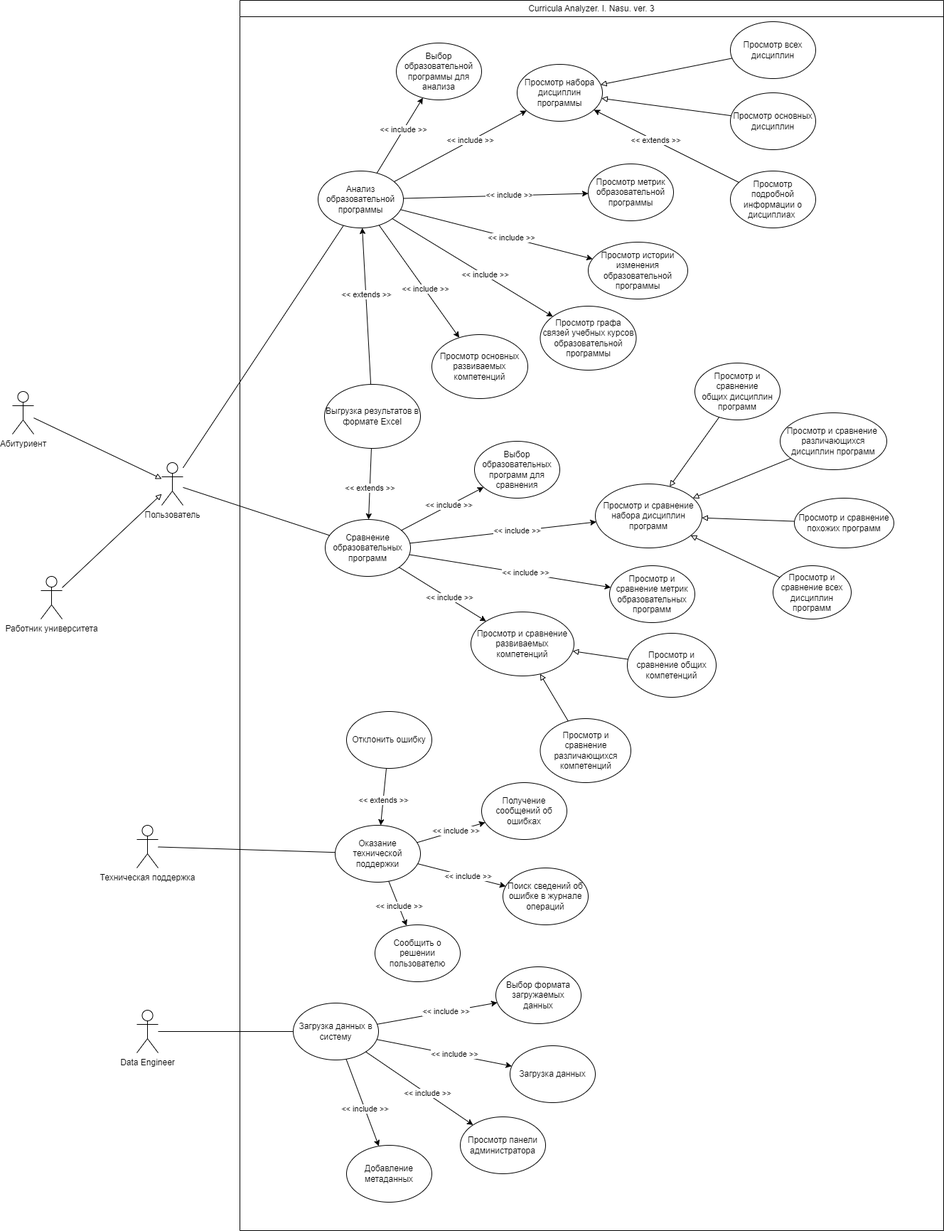
Before: docs/HW 1/SSAD.png, a diagram exported from draw.io (yunas-x/Diploma). Source tidied: cells renumbered, new cells last; positions are measured from the earlier drawing's top-left corner, leaving out a move shared by most shapes.
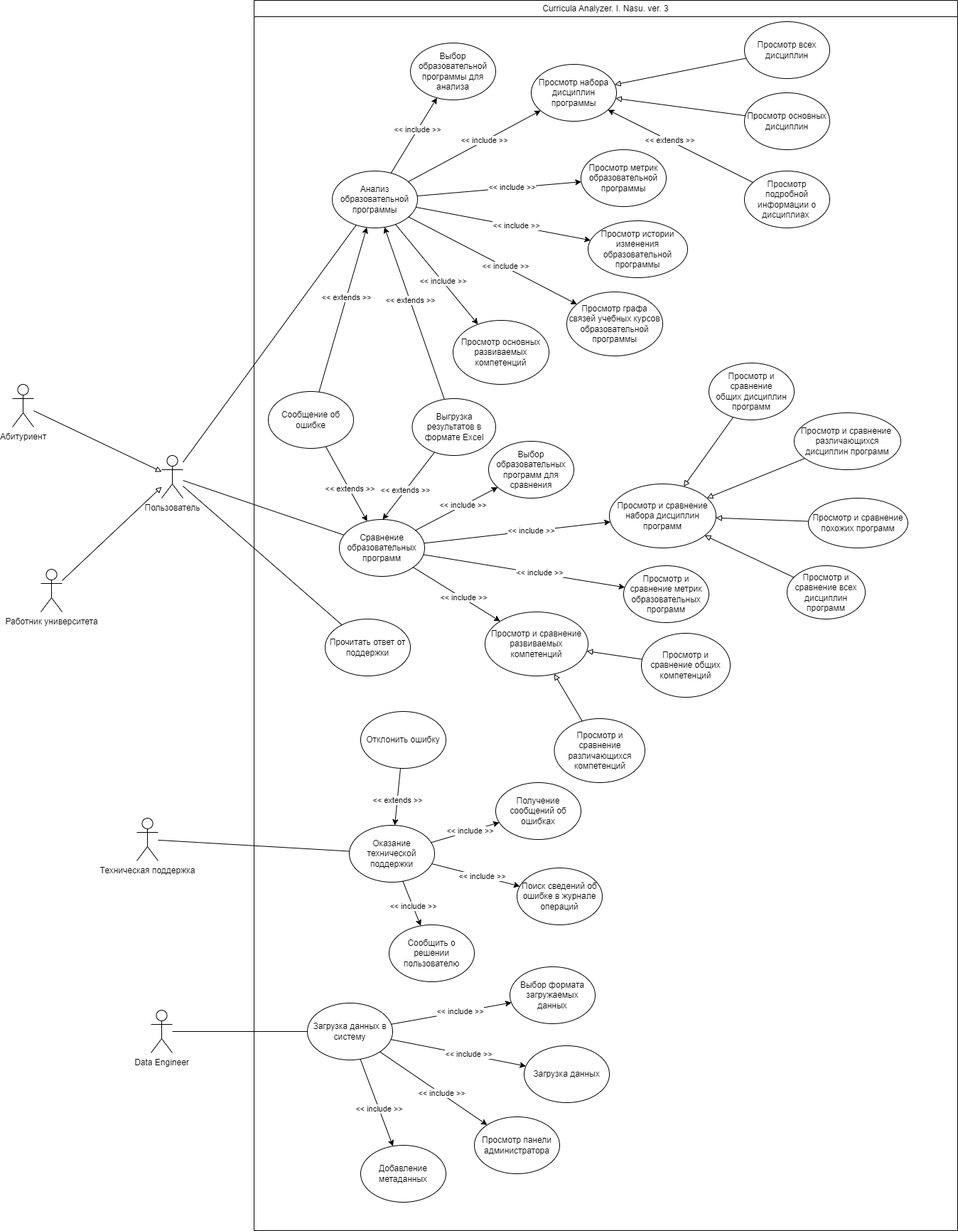
The same diagram one commit later.

Diff of the diagram source:
```diff
@@ -3,7 +3,7 @@
     <mxCell id="0" />
     <mxCell id="1" parent="0" />
     <mxCell id="2" value="Curricula Analyzer. I. Nasu. ver. 3" style="swimlane;whiteSpace=wrap;html=1;fontStyle=0;" parent="1" vertex="1">
-      <mxGeometry x="320" width="990" height="1730" as="geometry" />
+      <mxGeometry x="340" y="10" width="990" height="1730" as="geometry" />
     </mxCell>
     <mxCell id="3" style="rounded=0;jettySize=auto;html=1;" parent="2" edge="1" source="5" target="8">
       <mxGeometry relative="1" as="geometry" />
@@ -20,7 +20,7 @@
       <mxGeometry x="120" y="730" width="120" height="80" as="geometry" />
     </mxCell>
     <mxCell id="7" value="Просмотр графа связей учебных курсов образовательной программы" style="ellipse;whiteSpace=wrap;html=1;" parent="2" vertex="1">
-      <mxGeometry x="422.5" y="430" width="135" height="90" as="geometry" />
+      <mxGeometry x="440" y="410" width="135" height="90" as="geometry" />
     </mxCell>
     <mxCell id="8" value="Выбор образовательной программы для анализа" style="ellipse;whiteSpace=wrap;html=1;" parent="2" vertex="1">
       <mxGeometry x="220" y="60" width="120" height="80" as="geometry" />
@@ -29,10 +29,10 @@
       <mxGeometry x="390" y="90" width="120" height="80" as="geometry" />
     </mxCell>
     <mxCell id="10" value="Просмотр истории изменения образовательной программы" style="ellipse;whiteSpace=wrap;html=1;" parent="2" vertex="1">
-      <mxGeometry x="490" y="340" width="140" height="80" as="geometry" />
+      <mxGeometry x="470" y="310" width="140" height="80" as="geometry" />
     </mxCell>
     <mxCell id="11" value="Просмотр метрик образовательной программы" style="ellipse;whiteSpace=wrap;html=1;" parent="2" vertex="1">
-      <mxGeometry x="490" y="230" width="120" height="80" as="geometry" />
+      <mxGeometry x="460" y="210" width="120" height="80" as="geometry" />
     </mxCell>
     <mxCell id="12" value="Оказание технической поддержки" style="ellipse;whiteSpace=wrap;html=1;" parent="2" vertex="1">
       <mxGeometry x="134" y="1160" width="120" height="80" as="geometry" />
@@ -79,7 +79,7 @@
       </mxGeometry>
     </mxCell>
     <mxCell id="24" value="Просмотр основных развиваемых компетенций" style="ellipse;whiteSpace=wrap;html=1;" parent="2" vertex="1">
-      <mxGeometry x="270" y="470" width="135" height="90" as="geometry" />
+      <mxGeometry x="280" y="450" width="135" height="90" as="geometry" />
     </mxCell>
     <mxCell id="25" style="rounded=0;jettySize=auto;html=1;" parent="2" edge="1" source="5" target="24">
       <mxGeometry relative="1" as="geometry" />
@@ -248,7 +248,7 @@
       </mxGeometry>
     </mxCell>
     <mxCell id="73" value="Выгрузка результатов в формате Excel" style="ellipse;whiteSpace=wrap;html=1;" parent="2" vertex="1">
-      <mxGeometry x="119" y="540" width="135" height="90" as="geometry" />
+      <mxGeometry x="222.5" y="560" width="117.5" height="80" as="geometry" />
     </mxCell>
     <mxCell id="74" style="rounded=0;jettySize=auto;html=1;" parent="2" edge="1" source="73" target="5">
       <mxGeometry relative="1" as="geometry" />
@@ -301,6 +301,28 @@
         <mxPoint y="-1" as="offset" />
       </mxGeometry>
     </mxCell>
+    <mxCell id="96" value="Сообщение об ошибке" style="ellipse;whiteSpace=wrap;html=1;" parent="2" vertex="1">
+      <mxGeometry x="20" y="550" width="120" height="80" as="geometry" />
+    </mxCell>
+    <mxCell id="97" style="rounded=0;jettySize=auto;html=1;" parent="2" edge="1" source="96" target="5">
+      <mxGeometry relative="1" as="geometry" />
+    </mxCell>
+    <mxCell id="98" value="&amp;lt;&amp;lt; extends &amp;gt;&amp;gt;" style="edgeLabel;html=1;align=center;verticalAlign=middle;" parent="97" vertex="1">
+      <mxGeometry x="0.15" relative="1" as="geometry">
+        <mxPoint y="-1" as="offset" />
+      </mxGeometry>
+    </mxCell>
+    <mxCell id="99" style="rounded=0;jettySize=auto;html=1;" parent="2" edge="1" source="96" target="6">
+      <mxGeometry relative="1" as="geometry" />
+    </mxCell>
+    <mxCell id="100" value="&amp;lt;&amp;lt; extends &amp;gt;&amp;gt;" style="edgeLabel;html=1;align=center;verticalAlign=middle;" parent="99" vertex="1">
+      <mxGeometry x="0.15" relative="1" as="geometry">
+        <mxPoint y="-1" as="offset" />
+      </mxGeometry>
+    </mxCell>
+    <mxCell id="101" value="Прочитать ответ от поддержки" style="ellipse;whiteSpace=wrap;html=1;" parent="2" vertex="1">
+      <mxGeometry x="100" y="870" width="120" height="80" as="geometry" />
+    </mxCell>
     <mxCell id="87" style="rounded=0;jettySize=auto;html=1;endArrow=none;endFill=0;" parent="1" edge="1" source="88" target="5">
       <mxGeometry relative="1" as="geometry" />
     </mxCell>
@@ -328,5 +350,8 @@
     <mxCell id="95" style="rounded=0;jettySize=auto;html=1;endArrow=none;endFill=0;" parent="1" edge="1" source="94" target="12">
       <mxGeometry relative="1" as="geometry" />
     </mxCell>
+    <mxCell id="102" style="rounded=0;jettySize=auto;html=1;endArrow=none;endFill=0;" parent="1" edge="1" source="88" target="101">
+      <mxGeometry relative="1" as="geometry" />
+    </mxCell>
   </root>
 </mxGraphModel>
```
